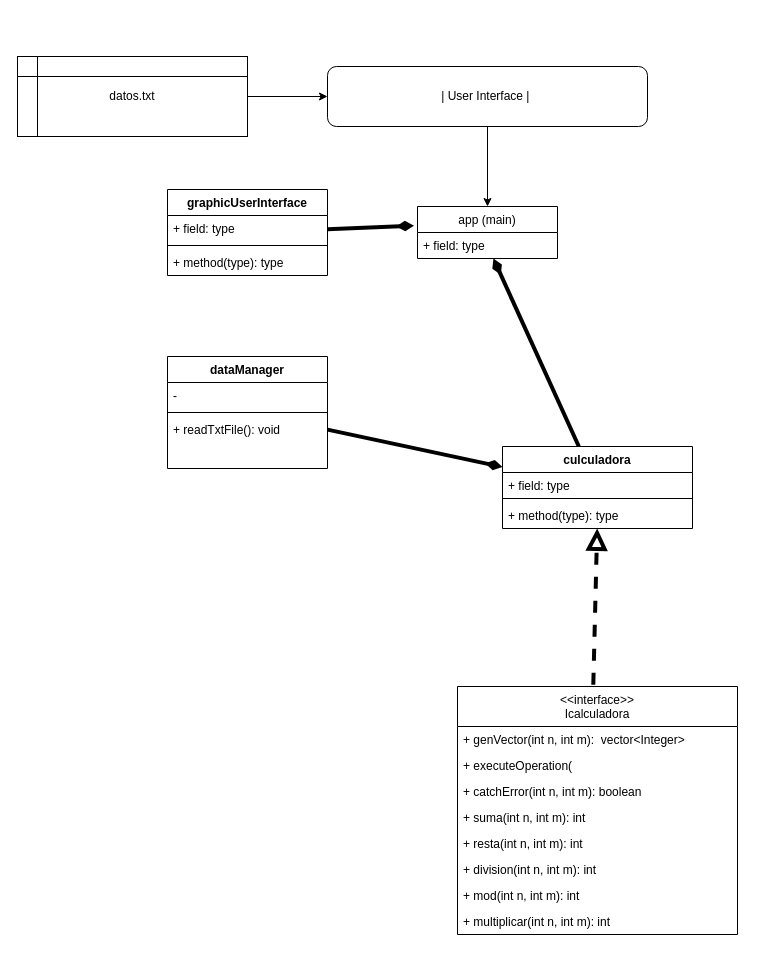
Earlier version of the draw.io diagram hojatrabajo2/Analysis/ULM.drawio (adrianArimany/CC2016_Hojas_trabajos). Source tidied: cells renumbered, new cells numbered last; positions are measured from the earlier drawing's top-left corner, leaving out a move shared by most shapes. Both pictures are drawn from the tidied source at 100%, with x=0, y=0 at pixel (17, 56).
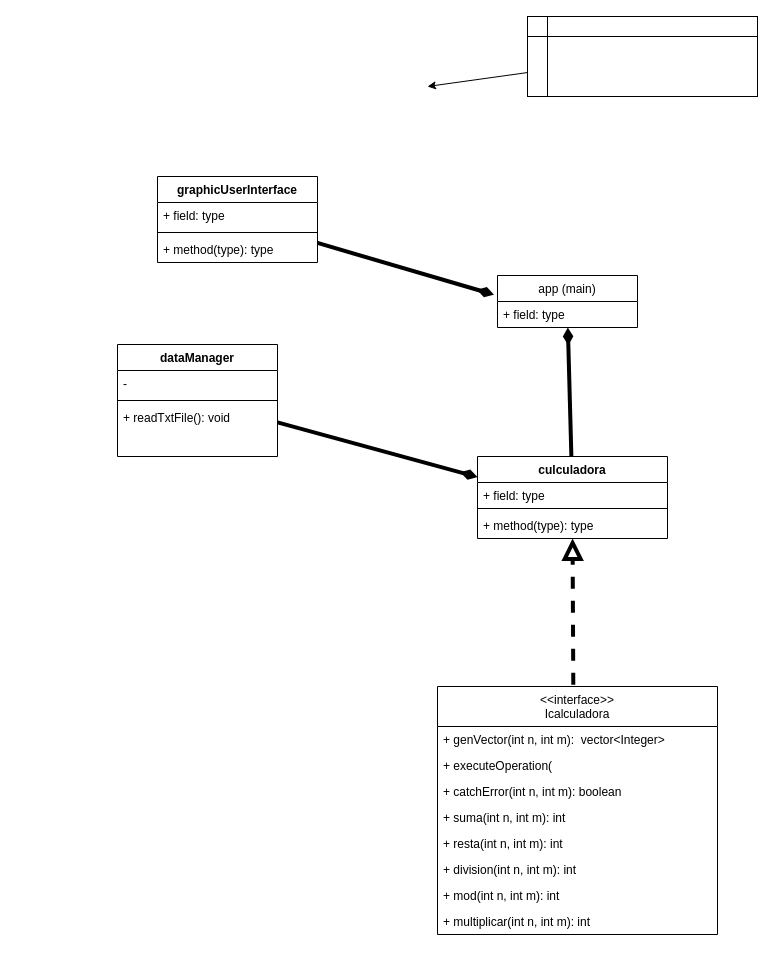
The same diagram, later.

The edit, as a diff of the source:
```diff
@@
-    <mxCell id="2" style="edgeStyle=none;html=1;entryX=0.5;entryY=0;entryDx=0;entryDy=0;" parent="1" edge="1" source="3" target="20">
-      <mxGeometry relative="1" as="geometry" />
-    </mxCell>
-    <mxCell id="3" value="| User Interface |&amp;nbsp;" style="rounded=1;whiteSpace=wrap;html=1;" parent="1" vertex="1">
-      <mxGeometry x="310" y="10" width="320" height="60" as="geometry" />
-    </mxCell>
@@
     <mxCell id="5" value="culculadora" style="swimlane;fontStyle=1;align=center;verticalAlign=top;horizontal=1;startSize=26;" parent="1" vertex="1">
-      <mxGeometry x="485" y="390" width="190" height="82" as="geometry" />
+      <mxGeometry x="460" y="400" width="190" height="82" as="geometry" />
     </mxCell>
@@
     <mxCell id="9" value="&lt;&lt;interface&gt;&gt; &#10;Icalculadora" style="swimlane;fontStyle=0;horizontal=1;startSize=40;fillColor=none;" parent="1" vertex="1">
-      <mxGeometry x="440" y="630" width="280" height="248" as="geometry" />
+      <mxGeometry x="420" y="630" width="280" height="248" as="geometry" />
     </mxCell>
@@
-    <mxCell id="18" style="edgeStyle=none;html=1;" parent="1" edge="1" source="19" target="3">
-      <mxGeometry relative="1" as="geometry" />
+    <mxCell id="18" style="edgeStyle=none;html=1;" parent="1" edge="1" source="19">
+      <mxGeometry relative="1" as="geometry">
+        <mxPoint x="410" y="30" as="targetPoint" />
+      </mxGeometry>
     </mxCell>
-    <mxCell id="19" value="datos.txt" style="shape=internalStorage;whiteSpace=wrap;html=1;backgroundOutline=1;" parent="1" vertex="1">
-      <mxGeometry width="230" height="80" as="geometry" />
+    <mxCell id="19" style="shape=internalStorage;whiteSpace=wrap;html=1;backgroundOutline=1;" parent="1" vertex="1">
+      <mxGeometry x="510" y="-40" width="230" height="80" as="geometry" />
     </mxCell>
     <mxCell id="20" value="app (main)" style="swimlane;fontStyle=0;horizontal=1;startSize=26;fillColor=none;" parent="1" vertex="1">
-      <mxGeometry x="400" y="150" width="140" height="52" as="geometry" />
+      <mxGeometry x="480" y="219" width="140" height="52" as="geometry" />
     </mxCell>
@@
     <mxCell id="24" value="dataManager" style="swimlane;fontStyle=1;align=center;verticalAlign=top;horizontal=1;startSize=26;" parent="1" vertex="1">
-      <mxGeometry x="150" y="300" width="160" height="112" as="geometry" />
+      <mxGeometry x="100" y="288" width="160" height="112" as="geometry" />
     </mxCell>
@@
     <mxCell id="30" value="graphicUserInterface" style="swimlane;fontStyle=1;align=center;verticalAlign=top;horizontal=1;startSize=26;" parent="1" vertex="1">
-      <mxGeometry x="150" y="133" width="160" height="86" as="geometry" />
+      <mxGeometry x="140" y="120" width="160" height="86" as="geometry" />
     </mxCell>
```
